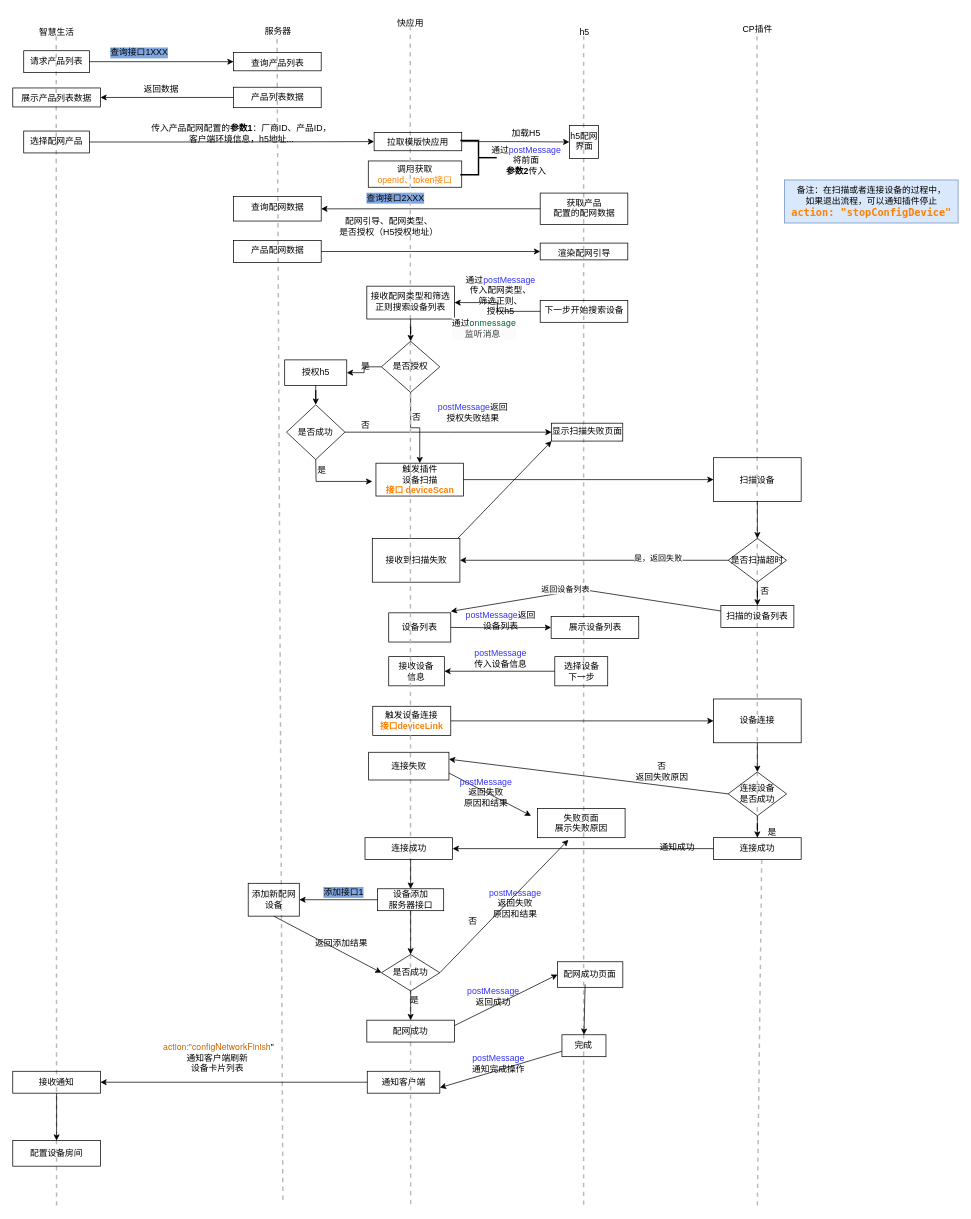
The draw.io diagram page "配网流程+插件" (3 of 5) of 流程图.drawio in xili95/liuChengTu, before the edit. Source tidied: cells renumbered, new cells numbered last; positions are measured from the earlier drawing's top-left corner, leaving out a move shared by most shapes. Both pictures are drawn from the tidied source at 73%, with x=0, y=0 at pixel (12, 12).
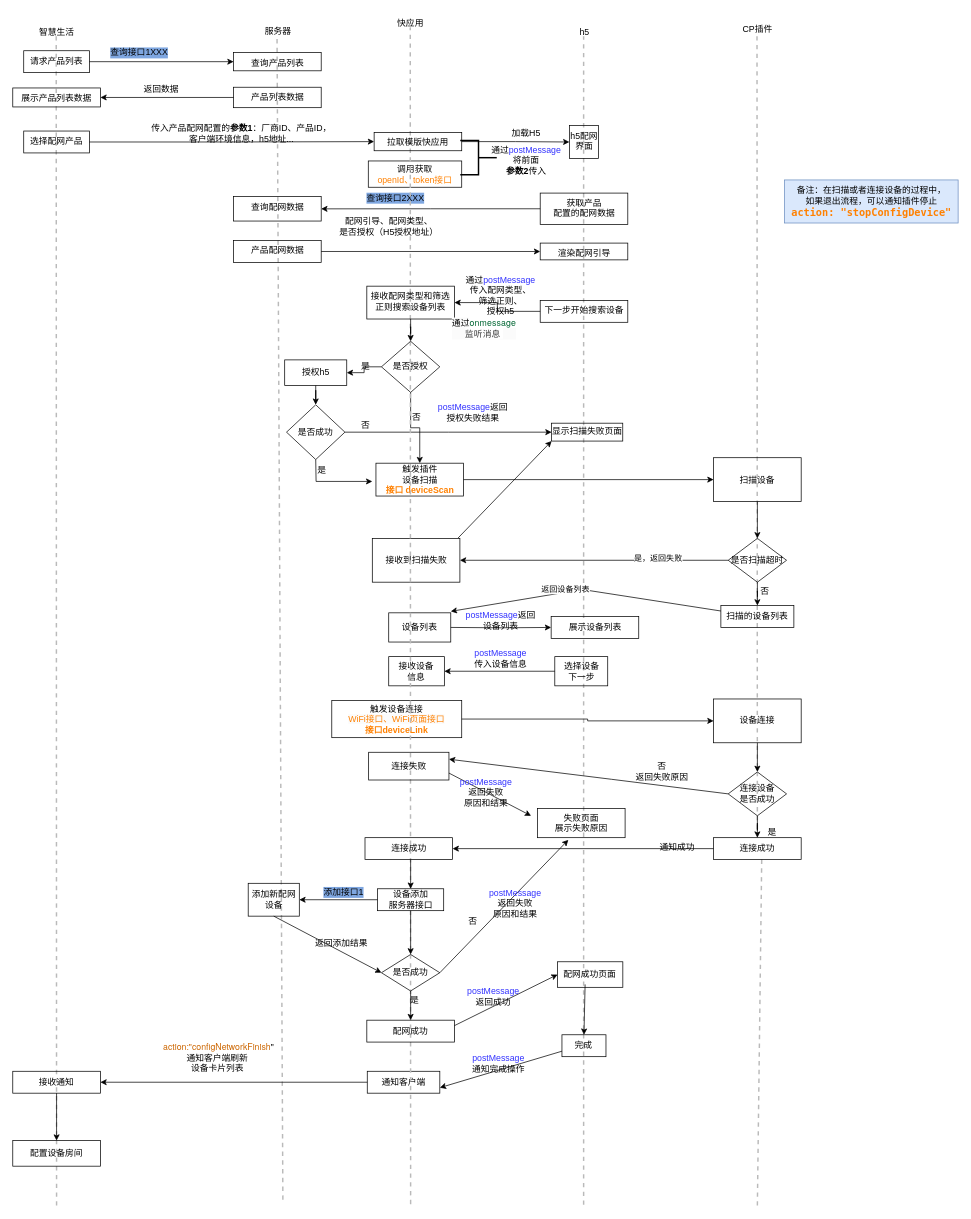
Above is the later version.

Commit message (it also covers changes not shown here):
更新流程图.drawio

The change refers to these unchanged cells:
```xml
<mxCell id="2" style="group;" parent="1" vertex="1">
  <mxGeometry width="1295" height="1634" as="geometry" />
</mxCell>
```

The edit, as a diff of the source:
```diff
@@
-    <mxCell id="89" value="触发设备连接&lt;div&gt;&lt;font style=&quot;color: rgb(255, 128, 0);&quot;&gt;&lt;b&gt;接口deviceLink&lt;/b&gt;&lt;/font&gt;&lt;/div&gt;" style="whiteSpace=wrap;html=1;fillColor=none;" parent="2" vertex="1">
-      <mxGeometry x="493.1" y="950" width="106.9" height="40" as="geometry" />
+    <mxCell id="89" value="触发设备连接&lt;div&gt;&lt;font style=&quot;color: rgb(255, 128, 0);&quot;&gt;&lt;font style=&quot;background-color: rgb(251, 251, 251); color: rgb(255, 128, 0);&quot;&gt;&lt;span style=&quot;background-color: transparent;&quot;&gt;WiFi接口、&lt;/span&gt;&lt;span style=&quot;background-color: transparent;&quot;&gt;WiFi页面接口&lt;/span&gt;&lt;/font&gt;&lt;div style=&quot;color: rgb(0, 0, 0); background-color: rgb(251, 251, 251);&quot;&gt;&lt;/div&gt;&lt;/font&gt;&lt;/div&gt;&lt;div&gt;&lt;font style=&quot;color: rgb(255, 128, 0);&quot;&gt;&lt;b&gt;接口deviceLink&lt;/b&gt;&lt;/font&gt;&lt;/div&gt;" style="whiteSpace=wrap;html=1;fillColor=none;" parent="2" vertex="1">
+      <mxGeometry x="437" y="942" width="178" height="51" as="geometry" />
     </mxCell>
```
